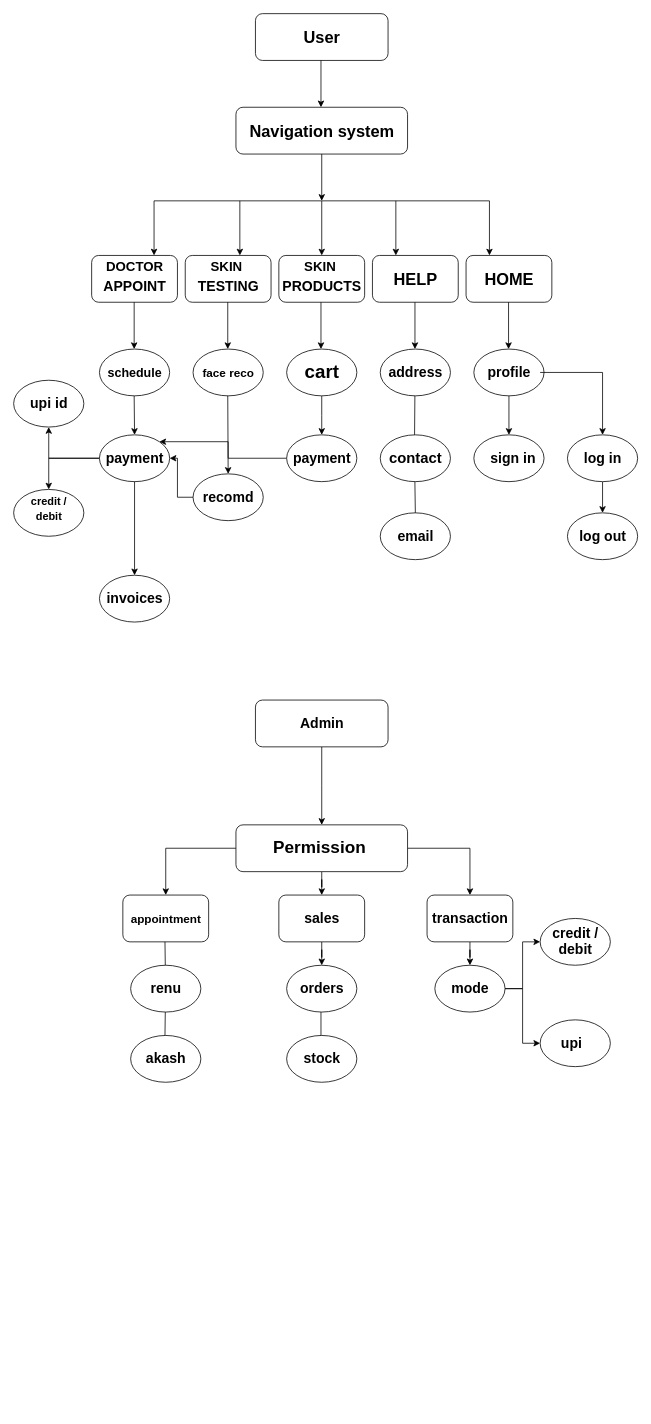
The draw.io diagram page "Page-1" (1 of 2) of major/project.drawio in pankaj4210/major-project, before the edit. Source tidied: cells renumbered, new cells numbered last; positions are measured from the earlier drawing's top-left corner, leaving out a move shared by most shapes. Both pictures are drawn from the tidied source at 78%, with x=0, y=0 at pixel (13, 13).
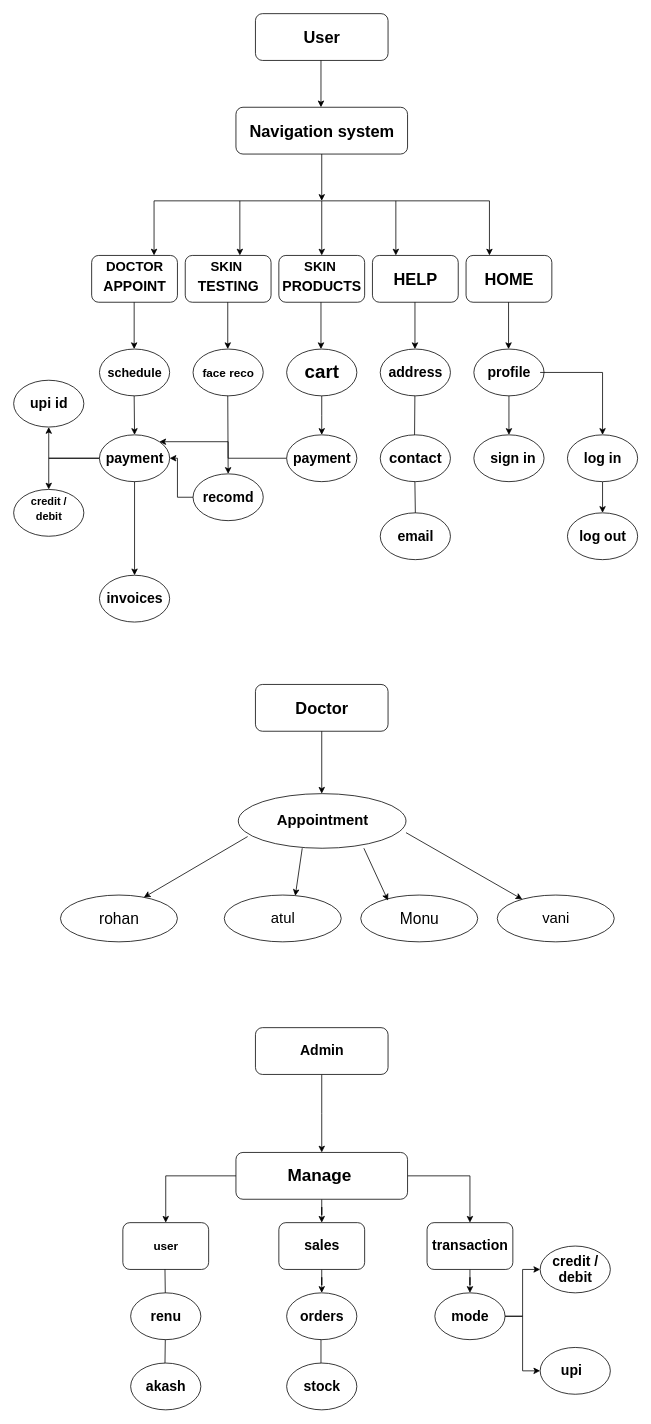
After the change.

The edit, as a diff of the source:
```diff
@@
     <mxCell id="78" style="edgeStyle=orthogonalEdgeStyle;rounded=0;jettySize=auto;html=1;" parent="1" edge="1" source="79">
       <mxGeometry relative="1" as="geometry">
-        <mxPoint x="395" y="1040" as="targetPoint" />
+        <mxPoint x="395" y="1460" as="targetPoint" />
       </mxGeometry>
     </mxCell>
     <mxCell id="79" style="rounded=1;whiteSpace=wrap;html=1;" parent="1" vertex="1">
-      <mxGeometry x="310" y="880" width="170" height="60" as="geometry" />
+      <mxGeometry x="310" y="1300" width="170" height="60" as="geometry" />
     </mxCell>
     <mxCell id="80" value="&lt;b&gt;&lt;font style=&quot;font-size: 18px;&quot;&gt;Admin&lt;/font&gt;&lt;/b&gt;" style="text;html=1;align=center;verticalAlign=middle;strokeColor=none;fillColor=none;" parent="1" vertex="1">
-      <mxGeometry x="355" y="890" width="80" height="40" as="geometry" />
+      <mxGeometry x="355" y="1310" width="80" height="40" as="geometry" />
     </mxCell>
@@
     <mxCell id="84" style="rounded=1;whiteSpace=wrap;html=1;" parent="1" vertex="1">
-      <mxGeometry x="285" y="1040" width="220" height="60" as="geometry" />
+      <mxGeometry x="285" y="1460" width="220" height="60" as="geometry" />
     </mxCell>
-    <mxCell id="85" value="&lt;b&gt;&lt;font style=&quot;font-size: 22px;&quot;&gt;Permission&amp;nbsp;&lt;/font&gt;&lt;/b&gt;" style="text;html=1;align=center;verticalAlign=middle;strokeColor=none;fillColor=none;" parent="1" vertex="1">
-      <mxGeometry x="320" y="1050" width="150" height="40" as="geometry" />
+    <mxCell id="85" value="&lt;b&gt;&lt;font style=&quot;font-size: 22px;&quot;&gt;Manage&amp;nbsp;&lt;/font&gt;&lt;/b&gt;" style="text;html=1;align=center;verticalAlign=middle;strokeColor=none;fillColor=none;" parent="1" vertex="1">
+      <mxGeometry x="340" y="1470" width="110" height="40" as="geometry" />
     </mxCell>
     <mxCell id="86" style="rounded=1;whiteSpace=wrap;html=1;" parent="1" vertex="1">
-      <mxGeometry x="140" y="1130" width="110" height="60" as="geometry" />
+      <mxGeometry x="140" y="1550" width="110" height="60" as="geometry" />
     </mxCell>
@@
     <mxCell id="88" style="rounded=1;whiteSpace=wrap;html=1;" parent="1" vertex="1">
-      <mxGeometry x="530" y="1130" width="110" height="60" as="geometry" />
+      <mxGeometry x="530" y="1550" width="110" height="60" as="geometry" />
     </mxCell>
@@
     <mxCell id="90" style="rounded=1;whiteSpace=wrap;html=1;" parent="1" vertex="1">
-      <mxGeometry x="340" y="1130" width="110" height="60" as="geometry" />
+      <mxGeometry x="340" y="1550" width="110" height="60" as="geometry" />
     </mxCell>
     <mxCell id="91" style="ellipse;whiteSpace=wrap;html=1;" parent="1" vertex="1">
-      <mxGeometry x="350" y="1220" width="90" height="60" as="geometry" />
+      <mxGeometry x="350" y="1640" width="90" height="60" as="geometry" />
     </mxCell>
@@
     <mxCell id="94" style="ellipse;whiteSpace=wrap;html=1;" parent="1" vertex="1">
-      <mxGeometry x="540" y="1220" width="90" height="60" as="geometry" />
+      <mxGeometry x="540" y="1640" width="90" height="60" as="geometry" />
     </mxCell>
     <mxCell id="95" style="ellipse;whiteSpace=wrap;html=1;" parent="1" vertex="1">
-      <mxGeometry x="150" y="1220" width="90" height="60" as="geometry" />
+      <mxGeometry x="150" y="1640" width="90" height="60" as="geometry" />
     </mxCell>
     <mxCell id="96" style="ellipse;whiteSpace=wrap;html=1;" parent="1" vertex="1">
-      <mxGeometry x="150" y="1310" width="90" height="60" as="geometry" />
+      <mxGeometry x="150" y="1730" width="90" height="60" as="geometry" />
     </mxCell>
     <mxCell id="97" style="ellipse;whiteSpace=wrap;html=1;" parent="1" vertex="1">
-      <mxGeometry x="350" y="1310" width="90" height="60" as="geometry" />
+      <mxGeometry x="350" y="1730" width="90" height="60" as="geometry" />
     </mxCell>
     <mxCell id="98" style="ellipse;whiteSpace=wrap;html=1;" parent="1" vertex="1">
-      <mxGeometry x="675" y="1160" width="90" height="60" as="geometry" />
+      <mxGeometry x="675" y="1580" width="90" height="60" as="geometry" />
     </mxCell>
     <mxCell id="99" style="ellipse;whiteSpace=wrap;html=1;" parent="1" vertex="1">
-      <mxGeometry x="675" y="1290" width="90" height="60" as="geometry" />
+      <mxGeometry x="675" y="1710" width="90" height="60" as="geometry" />
     </mxCell>
     <mxCell id="100" style="endArrow=none;html=1;rounded=0;" parent="1" edge="1">
       <mxGeometry relative="1" as="geometry">
-        <mxPoint x="194" y="1190" as="sourcePoint" />
-        <mxPoint x="194.4" y="1220" as="targetPoint" />
+        <mxPoint x="194" y="1610" as="sourcePoint" />
+        <mxPoint x="194.4" y="1640" as="targetPoint" />
       </mxGeometry>
     </mxCell>
     <mxCell id="101" style="endArrow=none;html=1;rounded=0;" parent="1" edge="1">
       <mxGeometry relative="1" as="geometry">
-        <mxPoint x="194.4" y="1280" as="sourcePoint" />
-        <mxPoint x="194" y="1310" as="targetPoint" />
+        <mxPoint x="194.4" y="1700" as="sourcePoint" />
+        <mxPoint x="194" y="1730" as="targetPoint" />
       </mxGeometry>
     </mxCell>
     <mxCell id="102" style="endArrow=none;html=1;rounded=0;" parent="1" edge="1">
       <mxGeometry relative="1" as="geometry">
-        <mxPoint x="394" y="1280" as="sourcePoint" />
-        <mxPoint x="394" y="1310" as="targetPoint" />
+        <mxPoint x="394" y="1700" as="sourcePoint" />
+        <mxPoint x="394" y="1730" as="targetPoint" />
       </mxGeometry>
     </mxCell>
-    <mxCell id="103" value="&lt;b&gt;&lt;font style=&quot;font-size: 15px;&quot;&gt;appointment&lt;/font&gt;&lt;/b&gt;" style="text;html=1;align=center;verticalAlign=middle;strokeColor=none;fillColor=none;" parent="1" vertex="1">
-      <mxGeometry x="140" y="1145" width="110" height="30" as="geometry" />
+    <mxCell id="103" value="&lt;span style=&quot;font-size: 15px;&quot;&gt;&lt;b&gt;user&lt;/b&gt;&lt;/span&gt;" style="text;html=1;align=center;verticalAlign=middle;strokeColor=none;fillColor=none;" parent="1" vertex="1">
+      <mxGeometry x="165" y="1565" width="60" height="30" as="geometry" />
     </mxCell>
     <mxCell id="104" value="&lt;b&gt;&lt;font style=&quot;font-size: 18px;&quot;&gt;sales&lt;/font&gt;&lt;/b&gt;" style="text;html=1;align=center;verticalAlign=middle;strokeColor=none;fillColor=none;" parent="1" vertex="1">
-      <mxGeometry x="360" y="1140" width="70" height="40" as="geometry" />
+      <mxGeometry x="360" y="1560" width="70" height="40" as="geometry" />
     </mxCell>
     <mxCell id="105" value="&lt;b&gt;&lt;font style=&quot;font-size: 18px;&quot;&gt;renu&lt;/font&gt;&lt;/b&gt;" style="text;html=1;align=center;verticalAlign=middle;strokeColor=none;fillColor=none;" parent="1" vertex="1">
-      <mxGeometry x="165" y="1230" width="60" height="40" as="geometry" />
+      <mxGeometry x="165" y="1650" width="60" height="40" as="geometry" />
     </mxCell>
     <mxCell id="106" value="&lt;b&gt;&lt;font style=&quot;font-size: 18px;&quot;&gt;akash&lt;/font&gt;&lt;/b&gt;" style="text;html=1;align=center;verticalAlign=middle;strokeColor=none;fillColor=none;" parent="1" vertex="1">
-      <mxGeometry x="160" y="1320" width="70" height="40" as="geometry" />
+      <mxGeometry x="160" y="1740" width="70" height="40" as="geometry" />
     </mxCell>
     <mxCell id="107" value="&lt;b&gt;&lt;font style=&quot;font-size: 18px;&quot;&gt;orders&lt;/font&gt;&lt;/b&gt;" style="text;html=1;align=center;verticalAlign=middle;strokeColor=none;fillColor=none;" parent="1" vertex="1">
-      <mxGeometry x="355" y="1230" width="80" height="40" as="geometry" />
+      <mxGeometry x="355" y="1650" width="80" height="40" as="geometry" />
     </mxCell>
     <mxCell id="108" value="&lt;b&gt;&lt;font style=&quot;font-size: 18px;&quot;&gt;stock&lt;/font&gt;&lt;/b&gt;" style="text;html=1;align=center;verticalAlign=middle;strokeColor=none;fillColor=none;" parent="1" vertex="1">
-      <mxGeometry x="360" y="1320" width="70" height="40" as="geometry" />
+      <mxGeometry x="360" y="1740" width="70" height="40" as="geometry" />
     </mxCell>
     <mxCell id="109" value="&lt;b&gt;&lt;font style=&quot;font-size: 18px;&quot;&gt;transaction&lt;/font&gt;&lt;/b&gt;" style="text;html=1;align=center;verticalAlign=middle;strokeColor=none;fillColor=none;" parent="1" vertex="1">
-      <mxGeometry x="525" y="1140" width="120" height="40" as="geometry" />
+      <mxGeometry x="525" y="1560" width="120" height="40" as="geometry" />
     </mxCell>
     <mxCell id="110" value="&lt;b&gt;&lt;font style=&quot;font-size: 18px;&quot;&gt;mode&lt;/font&gt;&lt;/b&gt;" style="text;html=1;align=center;verticalAlign=middle;strokeColor=none;fillColor=none;" parent="1" vertex="1">
-      <mxGeometry x="550" y="1230" width="70" height="40" as="geometry" />
+      <mxGeometry x="550" y="1650" width="70" height="40" as="geometry" />
     </mxCell>
     <mxCell id="111" value="&lt;b&gt;&lt;font style=&quot;font-size: 18px;&quot;&gt;credit /&lt;/font&gt;&lt;/b&gt;" style="text;html=1;align=center;verticalAlign=middle;strokeColor=none;fillColor=none;" parent="1" vertex="1">
-      <mxGeometry x="680" y="1160" width="80" height="40" as="geometry" />
+      <mxGeometry x="680" y="1580" width="80" height="40" as="geometry" />
     </mxCell>
     <mxCell id="112" value="&lt;b&gt;&lt;font style=&quot;font-size: 18px;&quot;&gt;debit&lt;/font&gt;&lt;/b&gt;" style="text;html=1;align=center;verticalAlign=middle;strokeColor=none;fillColor=none;" parent="1" vertex="1">
-      <mxGeometry x="685" y="1180" width="70" height="40" as="geometry" />
+      <mxGeometry x="685" y="1600" width="70" height="40" as="geometry" />
     </mxCell>
     <mxCell id="113" value="&lt;b&gt;&lt;font style=&quot;font-size: 18px;&quot;&gt;upi&lt;/font&gt;&lt;/b&gt;" style="text;html=1;align=center;verticalAlign=middle;strokeColor=none;fillColor=none;" parent="1" vertex="1">
-      <mxGeometry x="690" y="1300" width="50" height="40" as="geometry" />
+      <mxGeometry x="690" y="1720" width="50" height="40" as="geometry" />
     </mxCell>
+    <mxCell id="114" style="rounded=1;whiteSpace=wrap;html=1;" parent="1" vertex="1">
+      <mxGeometry x="310" y="860" width="170" height="60" as="geometry" />
+    </mxCell>
+    <mxCell id="115" value="&lt;span style=&quot;font-size: 21px;&quot;&gt;&lt;b&gt;Doctor&lt;/b&gt;&lt;/span&gt;" style="text;html=1;align=center;verticalAlign=middle;strokeColor=none;fillColor=none;" parent="1" vertex="1">
+      <mxGeometry x="350" y="870" width="90" height="40" as="geometry" />
+    </mxCell>
+    <mxCell id="116" style="endArrow=classic;html=1;rounded=0;" parent="1" edge="1">
+      <mxGeometry relative="1" as="geometry">
+        <mxPoint x="395" y="920" as="sourcePoint" />
+        <mxPoint x="395" y="1000" as="targetPoint" />
+      </mxGeometry>
+    </mxCell>
+    <mxCell id="117" style="ellipse;whiteSpace=wrap;html=1;" parent="1" vertex="1">
+      <mxGeometry x="288" y="1000" width="215" height="70" as="geometry" />
+    </mxCell>
+    <mxCell id="118" value="&lt;span style=&quot;font-size: 19px;&quot;&gt;&lt;b&gt;Appointment&lt;/b&gt;&lt;/span&gt;" style="text;html=1;align=center;verticalAlign=middle;strokeColor=none;fillColor=none;" parent="1" vertex="1">
+      <mxGeometry x="325.5" y="1015" width="140" height="40" as="geometry" />
+    </mxCell>
+    <mxCell id="119" style="ellipse;whiteSpace=wrap;html=1;" parent="1" vertex="1">
+      <mxGeometry x="60" y="1130" width="150" height="60" as="geometry" />
+    </mxCell>
+    <mxCell id="120" style="ellipse;whiteSpace=wrap;html=1;" parent="1" vertex="1">
+      <mxGeometry x="270" y="1130" width="150" height="60" as="geometry" />
+    </mxCell>
+    <mxCell id="121" style="ellipse;whiteSpace=wrap;html=1;" parent="1" vertex="1">
+      <mxGeometry x="620" y="1130" width="150" height="60" as="geometry" />
+    </mxCell>
+    <mxCell id="122" style="ellipse;whiteSpace=wrap;html=1;" parent="1" vertex="1">
+      <mxGeometry x="445" y="1130" width="150" height="60" as="geometry" />
+    </mxCell>
+    <mxCell id="123" style="endArrow=classic;html=1;rounded=0;entryX=0.713;entryY=0.05;entryDx=0;entryDy=0;entryPerimeter=0;" parent="1" edge="1" target="119">
+      <mxGeometry relative="1" as="geometry">
+        <mxPoint x="300" y="1055" as="sourcePoint" />
+      </mxGeometry>
+    </mxCell>
+    <mxCell id="124" style="endArrow=classic;html=1;rounded=0;" parent="1" edge="1" target="121">
+      <mxGeometry relative="1" as="geometry">
+        <mxPoint x="503" y="1050" as="sourcePoint" />
+      </mxGeometry>
+    </mxCell>
+    <mxCell id="125" style="endArrow=classic;html=1;rounded=0;entryX=0.607;entryY=0.017;entryDx=0;entryDy=0;entryPerimeter=0;" parent="1" edge="1" target="120">
+      <mxGeometry relative="1" as="geometry">
+        <mxPoint x="370" y="1070" as="sourcePoint" />
+      </mxGeometry>
+    </mxCell>
+    <mxCell id="126" style="endArrow=classic;html=1;rounded=0;entryX=0.233;entryY=0.117;entryDx=0;entryDy=0;entryPerimeter=0;" parent="1" edge="1" target="122">
+      <mxGeometry relative="1" as="geometry">
+        <mxPoint x="449" y="1070" as="sourcePoint" />
+      </mxGeometry>
+    </mxCell>
+    <mxCell id="127" value="&lt;span style=&quot;font-size: 20px;&quot;&gt;Monu&lt;/span&gt;" style="text;html=1;align=center;verticalAlign=middle;strokeColor=none;fillColor=none;" parent="1" vertex="1">
+      <mxGeometry x="485" y="1140" width="70" height="40" as="geometry" />
+    </mxCell>
+    <mxCell id="128" value="&lt;span style=&quot;font-size: 20px;&quot;&gt;rohan&lt;/span&gt;" style="text;html=1;align=center;verticalAlign=middle;strokeColor=none;fillColor=none;" parent="1" vertex="1">
+      <mxGeometry x="100" y="1140" width="70" height="40" as="geometry" />
+    </mxCell>
+    <mxCell id="129" value="&lt;span style=&quot;font-size: 19px;&quot;&gt;atul&lt;/span&gt;" style="text;html=1;align=center;verticalAlign=middle;strokeColor=none;fillColor=none;" parent="1" vertex="1">
+      <mxGeometry x="320" y="1140" width="50" height="40" as="geometry" />
+    </mxCell>
+    <mxCell id="130" value="&lt;span style=&quot;font-size: 19px;&quot;&gt;vani&lt;/span&gt;" style="text;html=1;align=center;verticalAlign=middle;strokeColor=none;fillColor=none;" parent="1" vertex="1">
+      <mxGeometry x="665" y="1140" width="60" height="40" as="geometry" />
+    </mxCell>
```
